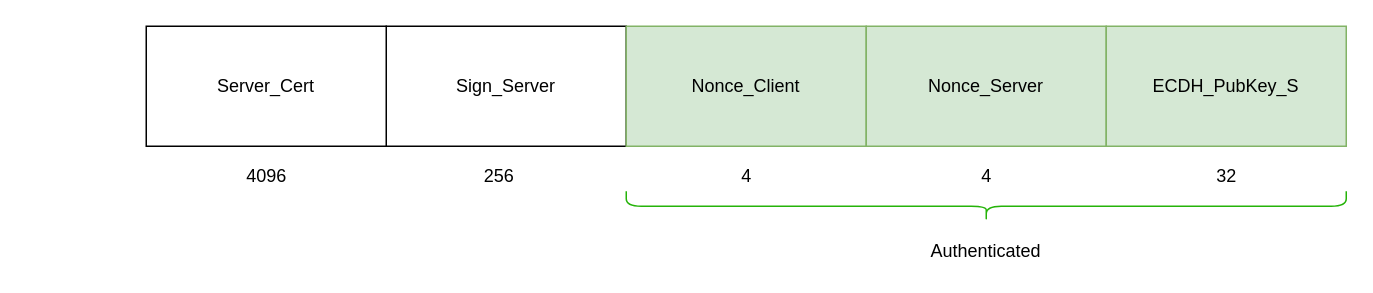
The draw.io diagram Documentation/DrawIo/1.1.drawio in matildao-pane/Secure-online-messaging-service, before the edit. Source tidied: cells renumbered, new cells numbered last; positions are measured from the earlier drawing's top-left corner, leaving out a move shared by most shapes. Both pictures are drawn from the tidied source at 150%, with x=0, y=0 at pixel (146, -154).
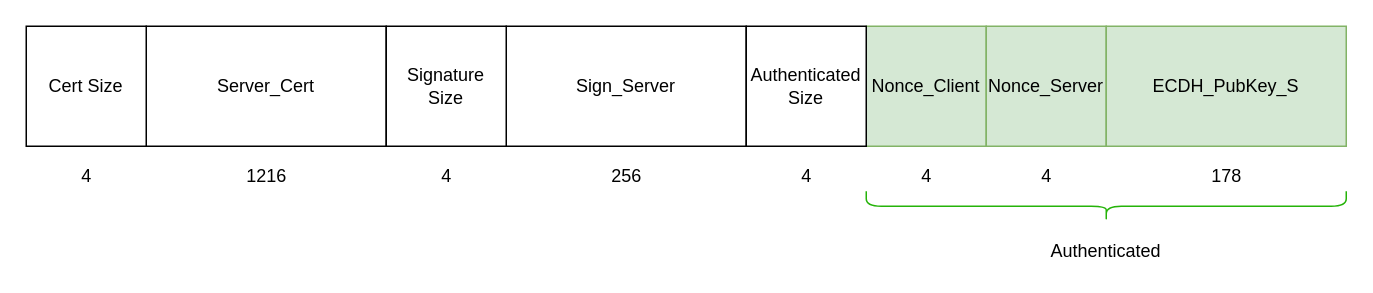
Above is the later version.

Diff of the diagram source:
```diff
@@
 <mxGraphModel>
   <root>
     <mxCell id="0" />
     <mxCell id="1" parent="0" />
     <mxCell id="2" value="Sign_Server" style="rounded=0;whiteSpace=wrap;html=1;" parent="1" vertex="1">
-      <mxGeometry x="160" y="120" width="160" height="80" as="geometry" />
+      <mxGeometry x="240" y="120" width="160" height="80" as="geometry" />
     </mxCell>
     <mxCell id="3" value="Nonce_Client" style="rounded=0;whiteSpace=wrap;html=1;fillColor=#d5e8d4;strokeColor=#82b366;" parent="1" vertex="1">
-      <mxGeometry x="320" y="120" width="160" height="80" as="geometry" />
+      <mxGeometry x="480" y="120" width="80" height="80" as="geometry" />
     </mxCell>
     <mxCell id="4" value="Nonce_Server" style="rounded=0;whiteSpace=wrap;html=1;fillColor=#d5e8d4;strokeColor=#82b366;" parent="1" vertex="1">
-      <mxGeometry x="480" y="120" width="160" height="80" as="geometry" />
+      <mxGeometry x="560" y="120" width="80" height="80" as="geometry" />
     </mxCell>
     <mxCell id="5" value="256" style="text;html=1;align=center;verticalAlign=middle;strokeColor=none;" parent="1" vertex="1">
-      <mxGeometry x="215" y="210" width="40" height="20" as="geometry" />
+      <mxGeometry x="300" y="210" width="40" height="20" as="geometry" />
     </mxCell>
     <mxCell id="6" value="4" style="text;html=1;align=center;verticalAlign=middle;strokeColor=none;" parent="1" vertex="1">
-      <mxGeometry x="390" y="210" width="20" height="20" as="geometry" />
+      <mxGeometry x="510" y="210" width="20" height="20" as="geometry" />
     </mxCell>
     <mxCell id="7" value="4" style="text;html=1;align=center;verticalAlign=middle;strokeColor=none;" parent="1" vertex="1">
-      <mxGeometry x="550" y="210" width="20" height="20" as="geometry" />
+      <mxGeometry x="590" y="210" width="20" height="20" as="geometry" />
     </mxCell>
     <mxCell id="8" style="shape=curlyBracket;whiteSpace=wrap;html=1;rounded=1;flipH=1;rotation=90;fillColor=none;strokeColor=#25B309;" parent="1" vertex="1">
-      <mxGeometry x="550" width="20" height="480" as="geometry" />
+      <mxGeometry x="630" y="80" width="20" height="320" as="geometry" />
     </mxCell>
     <mxCell id="9" value="Authenticated" style="text;html=1;strokeColor=none;fillColor=none;align=center;verticalAlign=middle;whiteSpace=wrap;rounded=0;" parent="1" vertex="1">
-      <mxGeometry x="540" y="260" width="40" height="20" as="geometry" />
+      <mxGeometry x="620" y="260" width="40" height="20" as="geometry" />
     </mxCell>
     <mxCell id="10" value="Server_Cert" style="rounded=0;whiteSpace=wrap;html=1;" parent="1" vertex="1">
       <mxGeometry y="120" width="160" height="80" as="geometry" />
     </mxCell>
     <mxCell id="11" value="ECDH_PubKey_S" style="rounded=0;whiteSpace=wrap;html=1;fillColor=#d5e8d4;strokeColor=#82b366;" parent="1" vertex="1">
       <mxGeometry x="640" y="120" width="160" height="80" as="geometry" />
     </mxCell>
-    <mxCell id="12" value="&lt;span&gt;4096&lt;/span&gt;" style="text;html=1;align=center;verticalAlign=middle;strokeColor=none;" parent="1" vertex="1">
+    <mxCell id="12" value="&lt;span&gt;1216&lt;/span&gt;" style="text;html=1;align=center;verticalAlign=middle;strokeColor=none;" parent="1" vertex="1">
       <mxGeometry x="60" y="210" width="40" height="20" as="geometry" />
     </mxCell>
-    <mxCell id="13" value="32" style="text;html=1;align=center;verticalAlign=middle;strokeColor=none;" parent="1" vertex="1">
-      <mxGeometry x="705" y="210" width="30" height="20" as="geometry" />
+    <mxCell id="13" value="178" style="text;html=1;align=center;verticalAlign=middle;strokeColor=none;" parent="1" vertex="1">
+      <mxGeometry x="700" y="210" width="40" height="20" as="geometry" />
     </mxCell>
+    <mxCell id="14" value="Authenticated&lt;br&gt;Size" style="rounded=0;whiteSpace=wrap;html=1;" parent="1" vertex="1">
+      <mxGeometry x="400" y="120" width="80" height="80" as="geometry" />
+    </mxCell>
+    <mxCell id="15" value="Signature Size" style="rounded=0;whiteSpace=wrap;html=1;" parent="1" vertex="1">
+      <mxGeometry x="160" y="120" width="80" height="80" as="geometry" />
+    </mxCell>
+    <mxCell id="16" value="4" style="text;html=1;align=center;verticalAlign=middle;strokeColor=none;" parent="1" vertex="1">
+      <mxGeometry x="430" y="210" width="20" height="20" as="geometry" />
+    </mxCell>
+    <mxCell id="17" value="4" style="text;html=1;align=center;verticalAlign=middle;strokeColor=none;" parent="1" vertex="1">
+      <mxGeometry x="190" y="210" width="20" height="20" as="geometry" />
+    </mxCell>
+    <mxCell id="18" value="Cert Size" style="rounded=0;whiteSpace=wrap;html=1;" parent="1" vertex="1">
+      <mxGeometry x="-80" y="120" width="80" height="80" as="geometry" />
+    </mxCell>
+    <mxCell id="19" value="4" style="text;html=1;align=center;verticalAlign=middle;strokeColor=none;" parent="1" vertex="1">
+      <mxGeometry x="-50" y="210" width="20" height="20" as="geometry" />
+    </mxCell>
   </root>
 </mxGraphModel>
```
